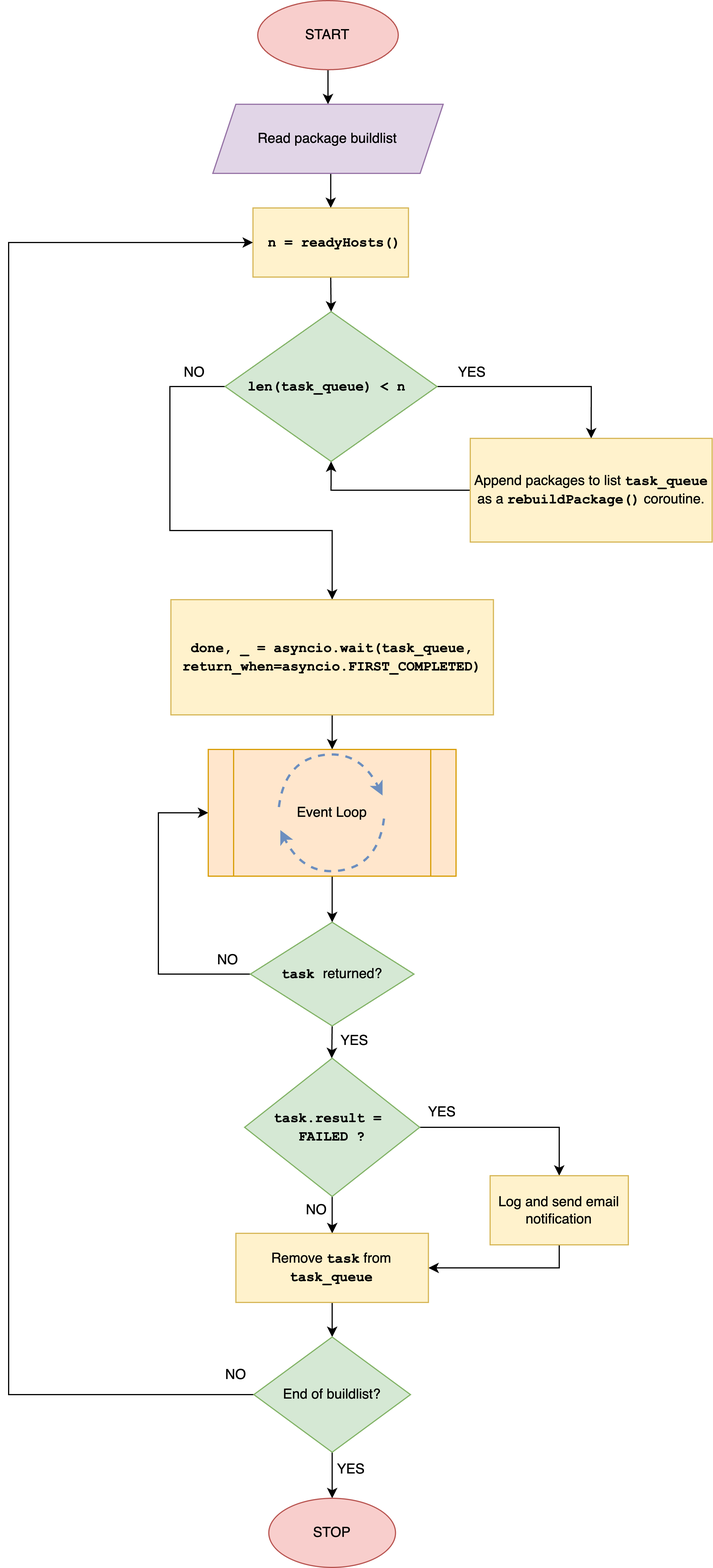
The draw.io diagram assets/koji_pythonrebuild.png in arif-desu/koji-rebuild, before a commit. Source tidied: cells renumbered, new cells last; positions are measured from the earlier drawing's top-left corner, leaving out a move shared by most shapes.
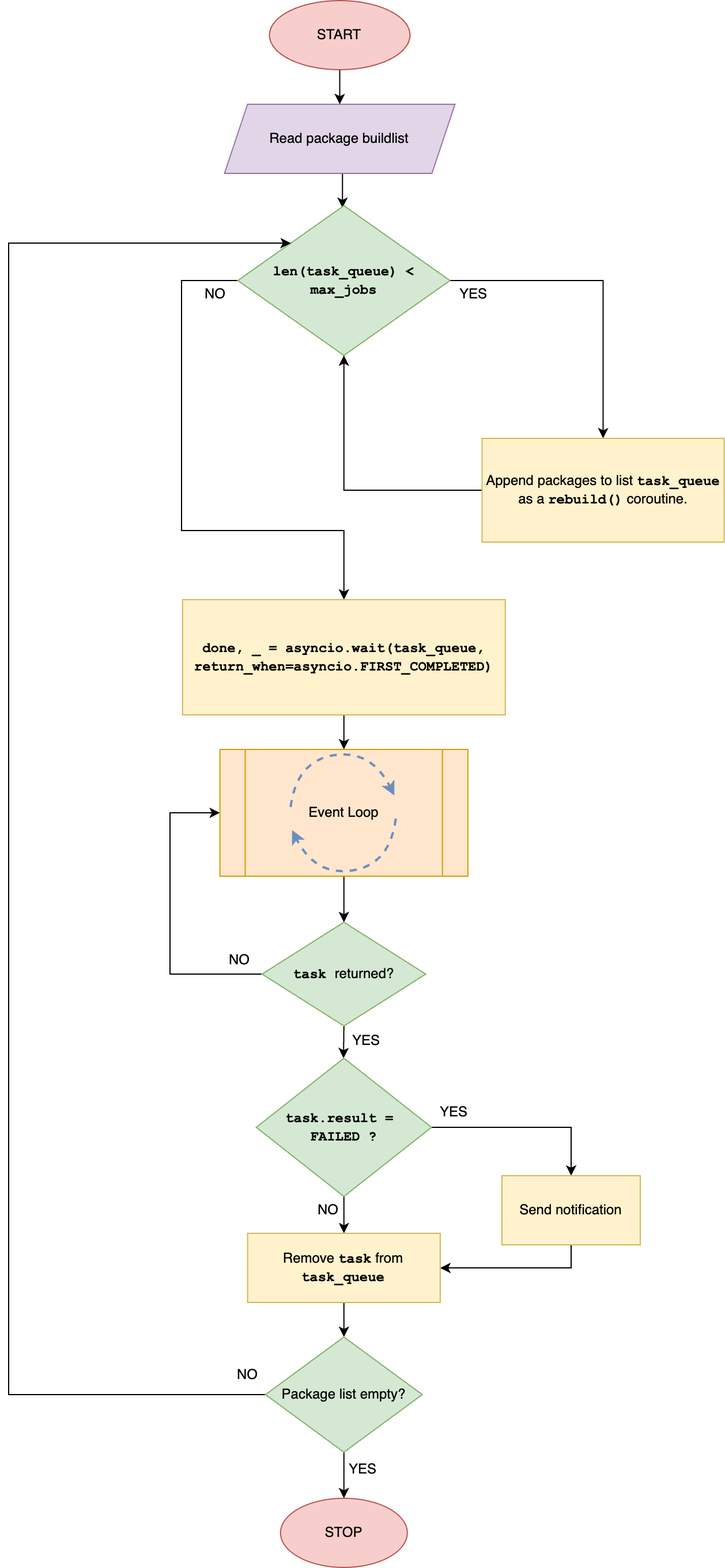
The same diagram one commit later.

What changed in the source:
```diff
@@ -30,7 +30,7 @@
     <mxCell id="8" style="edgeStyle=orthogonalEdgeStyle;rounded=0;jettySize=auto;html=1;exitX=0.5;exitY=1;exitDx=0;exitDy=0;entryX=1;entryY=0.5;entryDx=0;entryDy=0;" parent="1" edge="1" source="9" target="11">
       <mxGeometry relative="1" as="geometry" />
     </mxCell>
-    <mxCell id="9" value="Log and send email notification" style="rounded=0;whiteSpace=wrap;html=1;fillColor=#fff2cc;strokeColor=#d6b656;" parent="1" vertex="1">
+    <mxCell id="9" value="Send notification" style="rounded=0;whiteSpace=wrap;html=1;fillColor=#fff2cc;strokeColor=#d6b656;" parent="1" vertex="1">
       <mxGeometry x="418" y="1020" width="120" height="60" as="geometry" />
     </mxCell>
     <mxCell id="10" style="edgeStyle=orthogonalEdgeStyle;rounded=0;jettySize=auto;html=1;exitX=0.5;exitY=1;exitDx=0;exitDy=0;entryX=0.5;entryY=0;entryDx=0;entryDy=0;" parent="1" edge="1" source="11" target="28">
@@ -54,8 +54,10 @@
     <mxCell id="16" value="YES" style="text;html=1;align=center;verticalAlign=middle;strokeColor=none;fillColor=none;" parent="1" vertex="1">
       <mxGeometry x="350.8" y="950" width="50" height="30" as="geometry" />
     </mxCell>
-    <mxCell id="17" style="edgeStyle=orthogonalEdgeStyle;rounded=0;jettySize=auto;html=1;exitX=0.5;exitY=1;exitDx=0;exitDy=0;entryX=0.5;entryY=0;entryDx=0;entryDy=0;" parent="1" edge="1" source="18" target="25">
-      <mxGeometry relative="1" as="geometry" />
+    <mxCell id="17" style="edgeStyle=orthogonalEdgeStyle;rounded=0;jettySize=auto;html=1;exitX=0.5;exitY=1;exitDx=0;exitDy=0;entryX=0.5;entryY=0;entryDx=0;entryDy=0;" parent="1" edge="1" source="18">
+      <mxGeometry relative="1" as="geometry">
+        <mxPoint x="279.6" y="180" as="targetPoint" />
+      </mxGeometry>
     </mxCell>
     <mxCell id="18" value="Read package buildlist" style="shape=parallelogram;perimeter=parallelogramPerimeter;whiteSpace=wrap;html=1;fixedSize=1;fillColor=#e1d5e7;strokeColor=#9673a6;" parent="1" vertex="1">
       <mxGeometry x="177.2" y="90" width="200" height="60" as="geometry" />
@@ -66,49 +68,43 @@
     <mxCell id="20" style="edgeStyle=orthogonalEdgeStyle;rounded=0;jettySize=auto;html=1;exitX=0;exitY=0.5;exitDx=0;exitDy=0;entryX=0.5;entryY=0;entryDx=0;entryDy=0;" parent="1" edge="1" source="21" target="35">
       <mxGeometry relative="1" as="geometry">
         <Array as="points">
-          <mxPoint x="140" y="335" />
+          <mxPoint x="140" y="243" />
           <mxPoint x="140" y="460" />
           <mxPoint x="281" y="460" />
         </Array>
       </mxGeometry>
     </mxCell>
-    <mxCell id="21" value="&lt;font face=&quot;Courier New&quot;&gt;&lt;b&gt;len(task_queue) &amp;lt; n&amp;nbsp;&lt;/b&gt;&lt;/font&gt;" style="rhombus;whiteSpace=wrap;html=1;fillColor=#d5e8d4;strokeColor=#82b366;" parent="1" vertex="1">
-      <mxGeometry x="187.9" y="270" width="184" height="130" as="geometry" />
+    <mxCell id="21" value="&lt;font face=&quot;Courier New&quot;&gt;&lt;b&gt;len(task_queue) &amp;lt; max_jobs&lt;/b&gt;&lt;/font&gt;" style="rhombus;whiteSpace=wrap;html=1;fillColor=#d5e8d4;strokeColor=#82b366;" parent="1" vertex="1">
+      <mxGeometry x="188.9" y="178" width="184" height="130" as="geometry" />
     </mxCell>
     <mxCell id="22" style="edgeStyle=orthogonalEdgeStyle;rounded=0;jettySize=auto;html=1;exitX=0;exitY=0.5;exitDx=0;exitDy=0;entryX=0.5;entryY=1;entryDx=0;entryDy=0;" parent="1" edge="1" source="23" target="21">
       <mxGeometry relative="1" as="geometry" />
     </mxCell>
-    <mxCell id="23" value="Append packages to list&amp;nbsp;&lt;font face=&quot;Courier New&quot;&gt;&lt;b&gt;task_queue&lt;/b&gt;&lt;/font&gt; as a &lt;font face=&quot;Courier New&quot;&gt;&lt;b&gt;rebuildPackage()&lt;/b&gt;&lt;/font&gt; coroutine." style="rounded=0;whiteSpace=wrap;html=1;fillColor=#fff2cc;strokeColor=#d6b656;" parent="1" vertex="1">
+    <mxCell id="23" value="Append packages to list&amp;nbsp;&lt;font face=&quot;Courier New&quot;&gt;&lt;b&gt;task_queue&lt;/b&gt;&lt;/font&gt; as a &lt;font face=&quot;Courier New&quot;&gt;&lt;b&gt;rebuild()&lt;/b&gt;&lt;/font&gt; coroutine." style="rounded=0;whiteSpace=wrap;html=1;fillColor=#fff2cc;strokeColor=#d6b656;" parent="1" vertex="1">
       <mxGeometry x="400.8" y="380" width="210" height="90" as="geometry" />
     </mxCell>
-    <mxCell id="24" style="edgeStyle=orthogonalEdgeStyle;rounded=0;jettySize=auto;html=1;exitX=0.5;exitY=1;exitDx=0;exitDy=0;entryX=0.5;entryY=0;entryDx=0;entryDy=0;" parent="1" edge="1" source="25" target="21">
-      <mxGeometry relative="1" as="geometry" />
-    </mxCell>
-    <mxCell id="25" value="&lt;font face=&quot;Courier New&quot;&gt;&lt;b&gt;&amp;nbsp;n = readyHosts()&lt;/b&gt;&lt;/font&gt;" style="rounded=0;whiteSpace=wrap;html=1;fillColor=#fff2cc;strokeColor=#d6b656;" parent="1" vertex="1">
-      <mxGeometry x="212.1" y="180" width="135" height="60" as="geometry" />
-    </mxCell>
     <mxCell id="26" style="edgeStyle=orthogonalEdgeStyle;rounded=0;jettySize=auto;html=1;exitX=0.5;exitY=1;exitDx=0;exitDy=0;entryX=0.5;entryY=0;entryDx=0;entryDy=0;" parent="1" edge="1" source="28" target="29">
       <mxGeometry relative="1" as="geometry" />
     </mxCell>
-    <mxCell id="27" style="edgeStyle=orthogonalEdgeStyle;rounded=0;jettySize=auto;html=1;entryX=0;entryY=0.5;entryDx=0;entryDy=0;exitX=0;exitY=0.5;exitDx=0;exitDy=0;" parent="1" edge="1" source="28" target="25">
-      <mxGeometry relative="1" as="geometry">
-        <Array as="points">
-          <mxPoint y="1210" />
-          <mxPoint y="210" />
-        </Array>
-      </mxGeometry>
-    </mxCell>
+    <mxCell id="41" style="edgeStyle=orthogonalEdgeStyle;rounded=0;jettySize=auto;html=1;exitX=0;exitY=0.5;exitDx=0;exitDy=0;entryX=0;entryY=0;entryDx=0;entryDy=0;" parent="1" edge="1" source="28" target="21">
+      <mxGeometry relative="1" as="geometry">
+        <Array as="points">
+          <mxPoint x="-10" y="1210" />
+          <mxPoint x="-10" y="210" />
+        </Array>
+      </mxGeometry>
+    </mxCell>
-    <mxCell id="28" value="End of buildlist?" style="rhombus;whiteSpace=wrap;html=1;fillColor=#d5e8d4;strokeColor=#82b366;" parent="1" vertex="1">
+    <mxCell id="28" value="Package list empty?" style="rhombus;whiteSpace=wrap;html=1;fillColor=#d5e8d4;strokeColor=#82b366;" parent="1" vertex="1">
       <mxGeometry x="212.9" y="1160" width="136" height="100" as="geometry" />
     </mxCell>
     <mxCell id="29" value="STOP" style="ellipse;whiteSpace=wrap;html=1;fillColor=#f8cecc;strokeColor=#b85450;" parent="1" vertex="1">
       <mxGeometry x="225.9" y="1300" width="110" height="60" as="geometry" />
     </mxCell>
     <mxCell id="30" value="YES" style="text;html=1;align=center;verticalAlign=middle;strokeColor=none;fillColor=none;" parent="1" vertex="1">
-      <mxGeometry x="377.2" y="308" width="50" height="30" as="geometry" />
+      <mxGeometry x="368" y="240" width="50" height="30" as="geometry" />
     </mxCell>
     <mxCell id="31" value="NO" style="text;html=1;align=center;verticalAlign=middle;strokeColor=none;fillColor=none;" parent="1" vertex="1">
-      <mxGeometry x="140.9" y="308" width="40" height="30" as="geometry" />
+      <mxGeometry x="148.9" y="240" width="40" height="30" as="geometry" />
     </mxCell>
     <mxCell id="32" value="NO" style="text;html=1;align=center;verticalAlign=middle;strokeColor=none;fillColor=none;" parent="1" vertex="1">
       <mxGeometry x="177.2" y="1178" width="40" height="30" as="geometry" />
```
